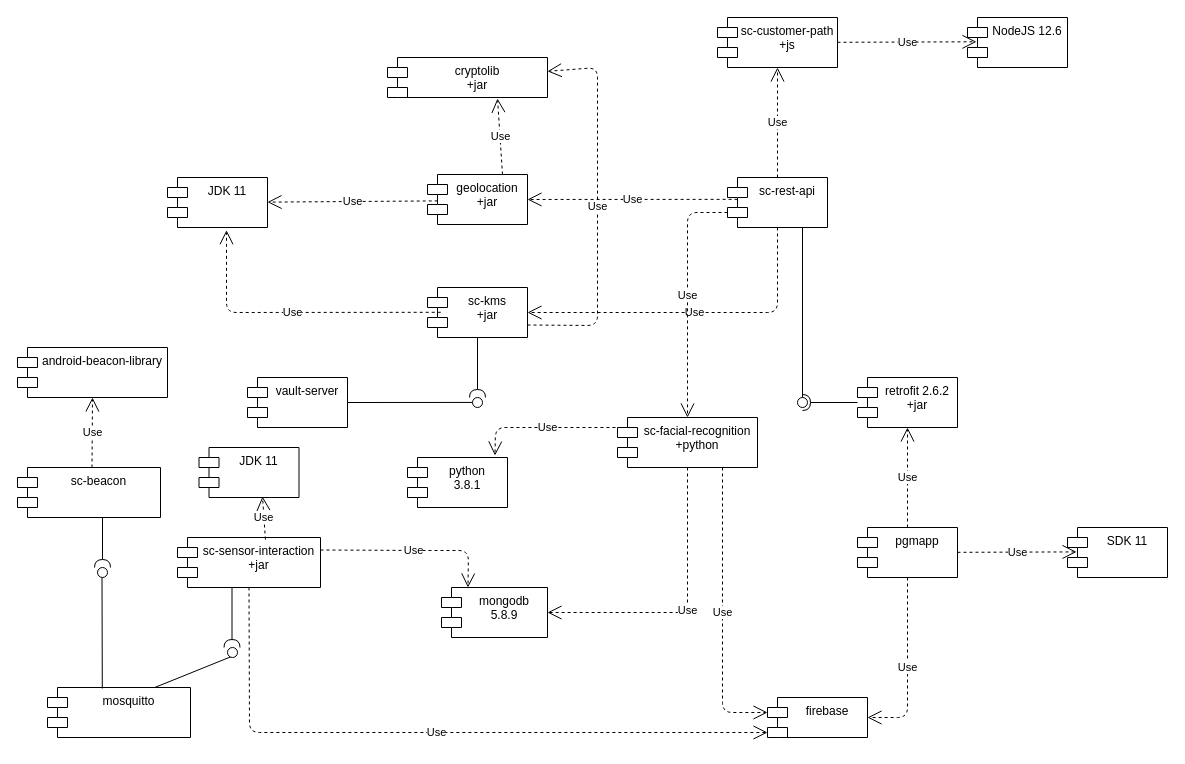
jessicaraman/pds-stardust keeps this draw.io diagram as diagrams/ComponentDiagram.drawio. Above is the earlier version. Source tidied: cells renumbered, new cells numbered last; positions are measured from the earlier drawing's top-left corner, leaving out a move shared by most shapes. Both pictures are drawn from the tidied source at 100%, with x=0, y=0 at pixel (17, 17).
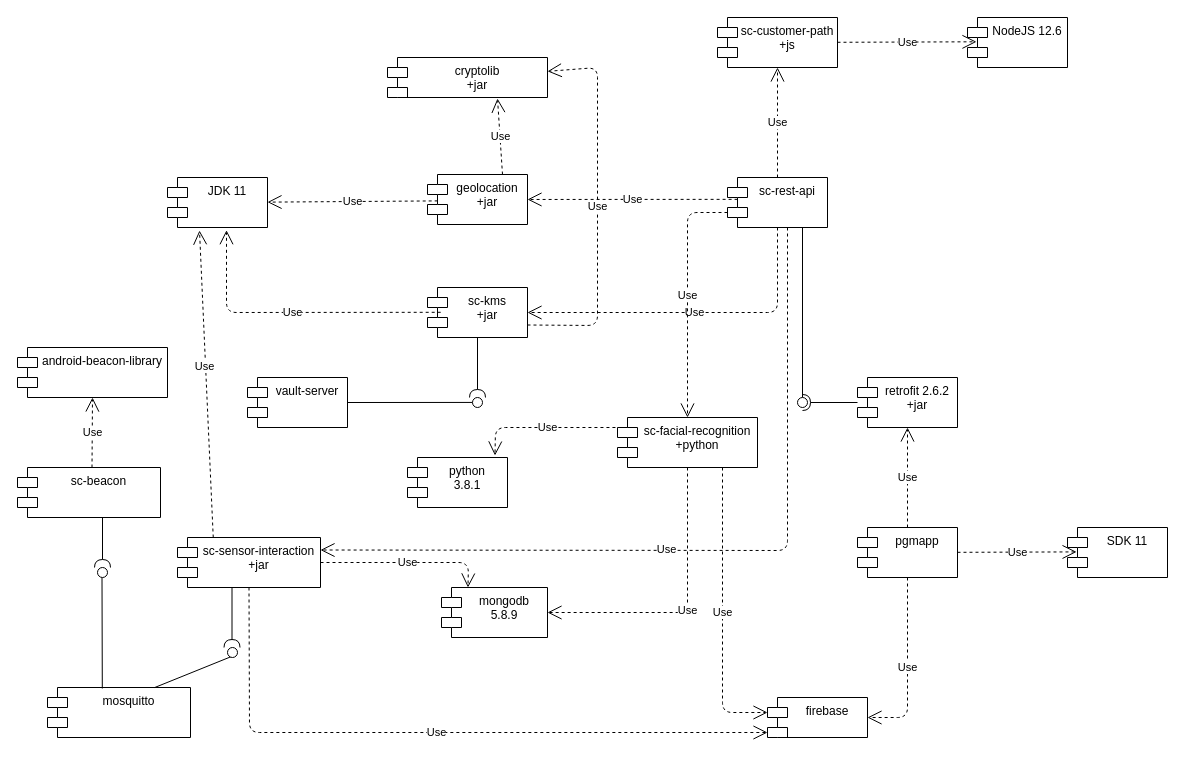
After the change.

Commit message (it also covers changes not shown here):
update component diagram

Unchanged cells that the change refers to:
```xml
<mxCell id="2" value="JDK 11" style="shape=module;align=left;spacingLeft=20;align=center;verticalAlign=top;" parent="1" vertex="1">
  <mxGeometry x="150" y="160" width="100" height="50" as="geometry" />
</mxCell>
<mxCell id="30" value="mongodb&#10;5.8.9" style="shape=module;align=left;spacingLeft=20;align=center;verticalAlign=top;" parent="1" vertex="1">
  <mxGeometry x="424" y="570" width="106" height="50" as="geometry" />
</mxCell>
<mxCell id="38" value="sc-sensor-interaction&#10;+jar" style="shape=module;align=left;spacingLeft=20;align=center;verticalAlign=top;" parent="1" vertex="1">
  <mxGeometry x="160" y="520" width="143" height="50" as="geometry" />
</mxCell>
```

What changed in the source:
```diff
@@
-    <mxCell id="39" value="Use" style="endArrow=open;endSize=12;dashed=1;html=1;exitX=1;exitY=0.25;exitDx=0;exitDy=0;entryX=0.25;entryY=0;entryDx=0;entryDy=0;" parent="1" edge="1" source="38" target="30">
+    <mxCell id="39" value="Use" style="endArrow=open;endSize=12;dashed=1;html=1;exitX=1;exitY=0.5;exitDx=0;exitDy=0;entryX=0.25;entryY=0;entryDx=0;entryDy=0;" parent="1" edge="1" source="38" target="30">
       <mxGeometry relative="1" as="geometry">
         <Array as="points">
-          <mxPoint x="410" y="533" />
-          <mxPoint x="451" y="533" />
+          <mxPoint x="410" y="545" />
+          <mxPoint x="451" y="545" />
         </Array>
       </mxGeometry>
     </mxCell>
@@
-    <mxCell id="41" value="JDK 11" style="shape=module;align=left;spacingLeft=20;align=center;verticalAlign=top;" parent="1" vertex="1">
-      <mxGeometry x="181.5" y="430" width="100" height="50" as="geometry" />
-    </mxCell>
-    <mxCell id="42" value="Use" style="endArrow=open;endSize=12;dashed=1;html=1;entryX=0.635;entryY=0.98;entryDx=0;entryDy=0;entryPerimeter=0;exitX=0.615;exitY=0.04;exitDx=0;exitDy=0;exitPerimeter=0;" parent="1" edge="1" source="38" target="41">
-      <mxGeometry relative="1" as="geometry" />
+    <mxCell id="42" value="Use" style="endArrow=open;endSize=12;dashed=1;html=1;entryX=0.32;entryY=1.06;entryDx=0;entryDy=0;entryPerimeter=0;exitX=0.25;exitY=0;exitDx=0;exitDy=0;" parent="1" edge="1" source="38" target="2">
+      <mxGeometry x="0.11" y="1" relative="1" as="geometry" />
     </mxCell>
@@
+    <mxCell id="53" value="Use" style="endArrow=open;endSize=12;dashed=1;html=1;entryX=1;entryY=0.25;entryDx=0;entryDy=0;" parent="1" edge="1" target="38">
+      <mxGeometry x="-0.18" y="-120" relative="1" as="geometry">
+        <mxPoint x="770" y="210" as="sourcePoint" />
+        <Array as="points">
+          <mxPoint x="770" y="533" />
+        </Array>
+        <mxPoint x="-120" y="119" as="offset" />
+      </mxGeometry>
+    </mxCell>
```
